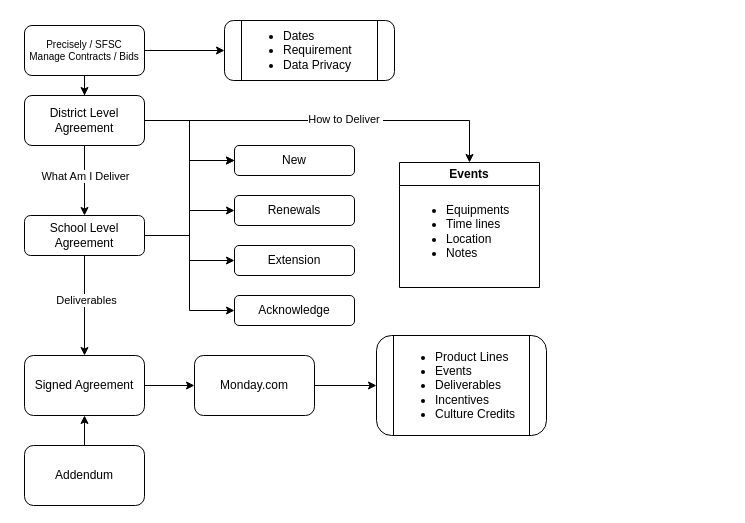
Earlier version of the draw.io diagram page "Contract" (3 of 13) of 11.drawio (ai-next-zen/diagrams). Source tidied: cells renumbered, new cells numbered last; positions are measured from the earlier drawing's top-left corner, leaving out a move shared by most shapes. Both pictures are drawn from the tidied source at 100%, with x=0, y=0 at pixel (24, 20).
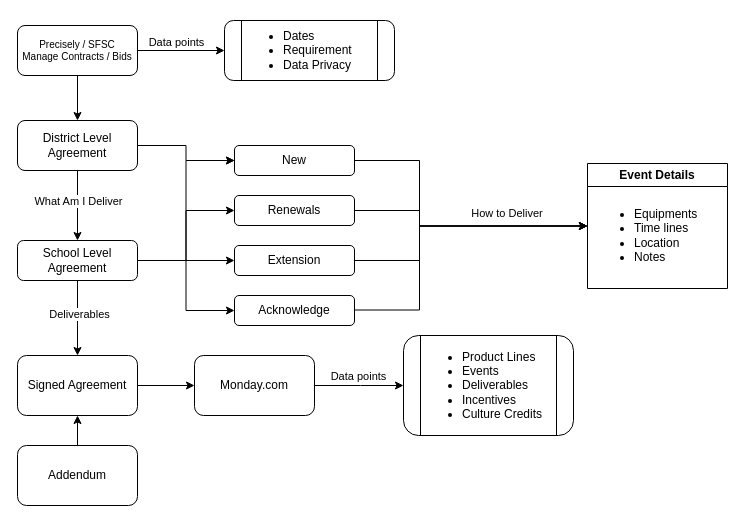
Above is the later version.

The change refers to these unchanged cells:
```xml
<mxCell id="2" style="edgeStyle=orthogonalEdgeStyle;rounded=0;jettySize=auto;html=1;" parent="1" edge="1" source="4" target="5">
  <mxGeometry relative="1" as="geometry" />
</mxCell>
<mxCell id="19" value="New" style="rounded=1;whiteSpace=wrap;html=1;" parent="1" vertex="1">
  <mxGeometry x="210" y="125" width="120" height="30" as="geometry" />
</mxCell>
<mxCell id="20" value="Renewals" style="rounded=1;whiteSpace=wrap;html=1;" parent="1" vertex="1">
  <mxGeometry x="210" y="175" width="120" height="30" as="geometry" />
</mxCell>
<mxCell id="21" value="Extension" style="rounded=1;whiteSpace=wrap;html=1;" parent="1" vertex="1">
  <mxGeometry x="210" y="225" width="120" height="30" as="geometry" />
</mxCell>
<mxCell id="28" value="&lt;div&gt;Monday.com&lt;/div&gt;" style="whiteSpace=wrap;html=1;rounded=1;" parent="1" vertex="1">
  <mxGeometry x="170" y="335" width="120" height="60" as="geometry" />
</mxCell>
```

The edit, as a diff of the source:
```diff
@@
+    <mxCell id="32" value="Data points" style="edgeLabel;html=1;align=center;verticalAlign=middle;" parent="2" vertex="1">
+      <mxGeometry x="-0.18" y="-2" relative="1" as="geometry">
+        <mxPoint x="2" y="-11" as="offset" />
+      </mxGeometry>
+    </mxCell>
@@
     <mxCell id="4" value="&lt;div&gt;&lt;font&gt;&lt;span&gt;Precisely / SFSC&lt;/span&gt;&lt;/font&gt;&lt;/div&gt;&lt;font&gt;Manage&amp;nbsp;&lt;/font&gt;&lt;span style=&quot;background-color: transparent; color: light-dark(rgb(0, 0, 0), rgb(255, 255, 255));&quot;&gt;Contracts / Bids&lt;/span&gt;" style="rounded=1;whiteSpace=wrap;html=1;fontSize=10;" parent="1" vertex="1">
-      <mxGeometry y="5" width="120" height="50" as="geometry" />
+      <mxGeometry x="-7" y="5" width="120" height="50" as="geometry" />
     </mxCell>
@@
-    <mxCell id="9" style="edgeStyle=orthogonalEdgeStyle;rounded=0;jettySize=auto;html=1;entryX=0.5;entryY=0;entryDx=0;entryDy=0;" parent="1" edge="1" source="11" target="30">
+    <mxCell id="9" style="edgeStyle=orthogonalEdgeStyle;rounded=0;jettySize=auto;html=1;entryX=0;entryY=0.5;entryDx=0;entryDy=0;exitX=1;exitY=0.5;exitDx=0;exitDy=0;" parent="1" edge="1" source="19" target="30">
       <mxGeometry relative="1" as="geometry">
         <Array as="points">
-          <mxPoint x="445" y="100" />
+          <mxPoint x="395" y="140" />
+          <mxPoint x="395" y="206" />
         </Array>
       </mxGeometry>
     </mxCell>
     <mxCell id="10" value="How to Deliver&amp;nbsp;" style="edgeLabel;html=1;align=center;verticalAlign=middle;" parent="9" vertex="1">
-      <mxGeometry x="0.09" y="2" relative="1" as="geometry" />
+      <mxGeometry x="0.09" y="2" relative="1" as="geometry">
+        <mxPoint x="56" y="-11" as="offset" />
+      </mxGeometry>
     </mxCell>
     <mxCell id="11" value="District Level Agreement" style="rounded=1;whiteSpace=wrap;html=1;" parent="1" vertex="1">
-      <mxGeometry y="75" width="120" height="50" as="geometry" />
+      <mxGeometry x="-7" y="100" width="120" height="50" as="geometry" />
     </mxCell>
@@
     <mxCell id="18" value="School Level&lt;div&gt;Agreement&lt;/div&gt;" style="whiteSpace=wrap;html=1;rounded=1;" parent="1" vertex="1">
-      <mxGeometry y="195" width="120" height="40" as="geometry" />
+      <mxGeometry x="-7" y="220" width="120" height="40" as="geometry" />
     </mxCell>
@@
+    <mxCell id="33" style="edgeStyle=orthogonalEdgeStyle;rounded=0;jettySize=auto;html=1;entryX=0;entryY=0.5;entryDx=0;entryDy=0;" parent="1" edge="1" source="20" target="30">
+      <mxGeometry relative="1" as="geometry">
+        <Array as="points">
+          <mxPoint x="395" y="190" />
+          <mxPoint x="395" y="206" />
+        </Array>
+      </mxGeometry>
+    </mxCell>
@@
+    <mxCell id="34" style="edgeStyle=orthogonalEdgeStyle;rounded=0;jettySize=auto;html=1;entryX=0;entryY=0.5;entryDx=0;entryDy=0;" parent="1" edge="1" source="21" target="30">
+      <mxGeometry relative="1" as="geometry">
+        <Array as="points">
+          <mxPoint x="395" y="240" />
+          <mxPoint x="395" y="206" />
+        </Array>
+      </mxGeometry>
+    </mxCell>
@@
+    <mxCell id="35" style="edgeStyle=orthogonalEdgeStyle;rounded=0;jettySize=auto;html=1;entryX=0;entryY=0.5;entryDx=0;entryDy=0;" parent="1" edge="1" target="30">
+      <mxGeometry relative="1" as="geometry">
+        <mxPoint x="330" y="289.5" as="sourcePoint" />
+        <Array as="points">
+          <mxPoint x="395" y="289" />
+          <mxPoint x="395" y="205" />
+        </Array>
+      </mxGeometry>
+    </mxCell>
@@
     <mxCell id="24" value="Signed Agreement" style="whiteSpace=wrap;html=1;rounded=1;" parent="1" vertex="1">
-      <mxGeometry y="335" width="120" height="60" as="geometry" />
+      <mxGeometry x="-7" y="335" width="120" height="60" as="geometry" />
     </mxCell>
@@
     <mxCell id="26" value="Addendum" style="whiteSpace=wrap;html=1;rounded=1;" parent="1" vertex="1">
-      <mxGeometry y="425" width="120" height="60" as="geometry" />
+      <mxGeometry x="-7" y="425" width="120" height="60" as="geometry" />
     </mxCell>
-    <mxCell id="27" style="edgeStyle=orthogonalEdgeStyle;rounded=0;jettySize=auto;html=1;" parent="1" edge="1" source="28" target="29">
-      <mxGeometry relative="1" as="geometry" />
+    <mxCell id="27" value="&lt;span style=&quot;color: rgb(0, 0, 0); font-family: Helvetica; font-size: 11px; font-style: normal; font-variant-ligatures: normal; font-variant-caps: normal; font-weight: 400; letter-spacing: normal; orphans: 2; text-align: center; text-indent: 0px; text-transform: none; widows: 2; word-spacing: 0px; -webkit-text-stroke-width: 0px; white-space: nowrap; background-color: rgb(255, 255, 255); text-decoration-thickness: initial; text-decoration-style: initial; text-decoration-color: initial; display: inline !important; float: none;&quot;&gt;Data points&lt;/span&gt;" style="edgeStyle=orthogonalEdgeStyle;rounded=0;jettySize=auto;html=1;" parent="1" edge="1" source="28" target="29">
+      <mxGeometry x="-0.01" y="9" relative="1" as="geometry">
+        <Array as="points">
+          <mxPoint x="336" y="365" />
+          <mxPoint x="336" y="365" />
+        </Array>
+      </mxGeometry>
     </mxCell>
@@
     <mxCell id="29" value="&lt;ul&gt;&lt;li&gt;Product Lines&lt;/li&gt;&lt;li&gt;Events&lt;/li&gt;&lt;li&gt;Deliverables&lt;/li&gt;&lt;li&gt;Incentives&lt;/li&gt;&lt;li&gt;Culture Credits&amp;nbsp;&amp;nbsp;&lt;/li&gt;&lt;/ul&gt;" style="shape=process;whiteSpace=wrap;html=1;backgroundOutline=1;rounded=1;align=left;" parent="1" vertex="1">
-      <mxGeometry x="352" y="315" width="170" height="100" as="geometry" />
+      <mxGeometry x="379" y="315" width="170" height="100" as="geometry" />
     </mxCell>
-    <mxCell id="30" value="Events" style="swimlane;whiteSpace=wrap;html=1;" parent="1" vertex="1">
-      <mxGeometry x="375" y="142" width="140" height="125" as="geometry" />
+    <mxCell id="30" value="Event Details" style="swimlane;whiteSpace=wrap;html=1;" parent="1" vertex="1">
+      <mxGeometry x="563" y="143" width="140" height="125" as="geometry" />
     </mxCell>
     <mxCell id="31" value="&lt;ul&gt;&lt;li&gt;Equipments&lt;/li&gt;&lt;li&gt;Time lines&lt;/li&gt;&lt;li&gt;Location&lt;/li&gt;&lt;li&gt;Notes&lt;/li&gt;&lt;/ul&gt;" style="text;html=1;align=left;verticalAlign=middle;strokeColor=none;fillColor=none;" parent="30" vertex="1">
-      <mxGeometry x="5" y="19" width="130" height="100" as="geometry" />
+      <mxGeometry x="5" y="22" width="130" height="100" as="geometry" />
     </mxCell>
```
